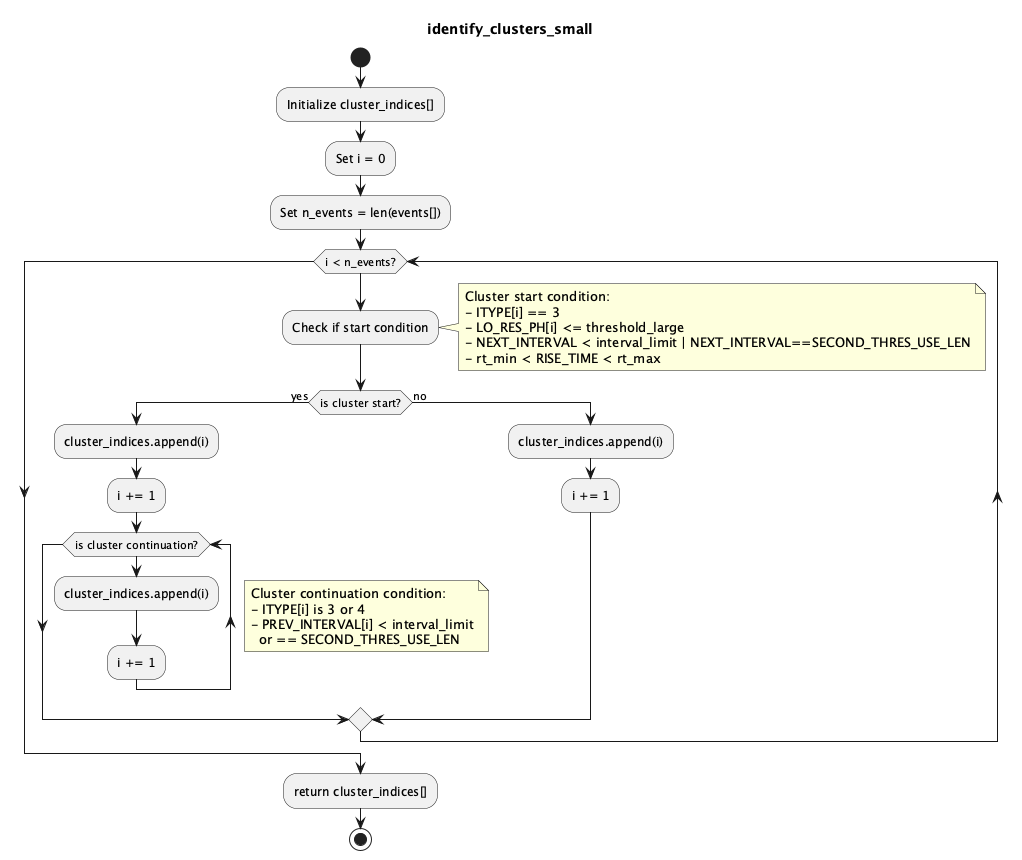
Before: resolve/ftools/rslcluster/logic_cluster_small.png, a diagram exported from PlantUML (yamadasuzaku/rksysoft).
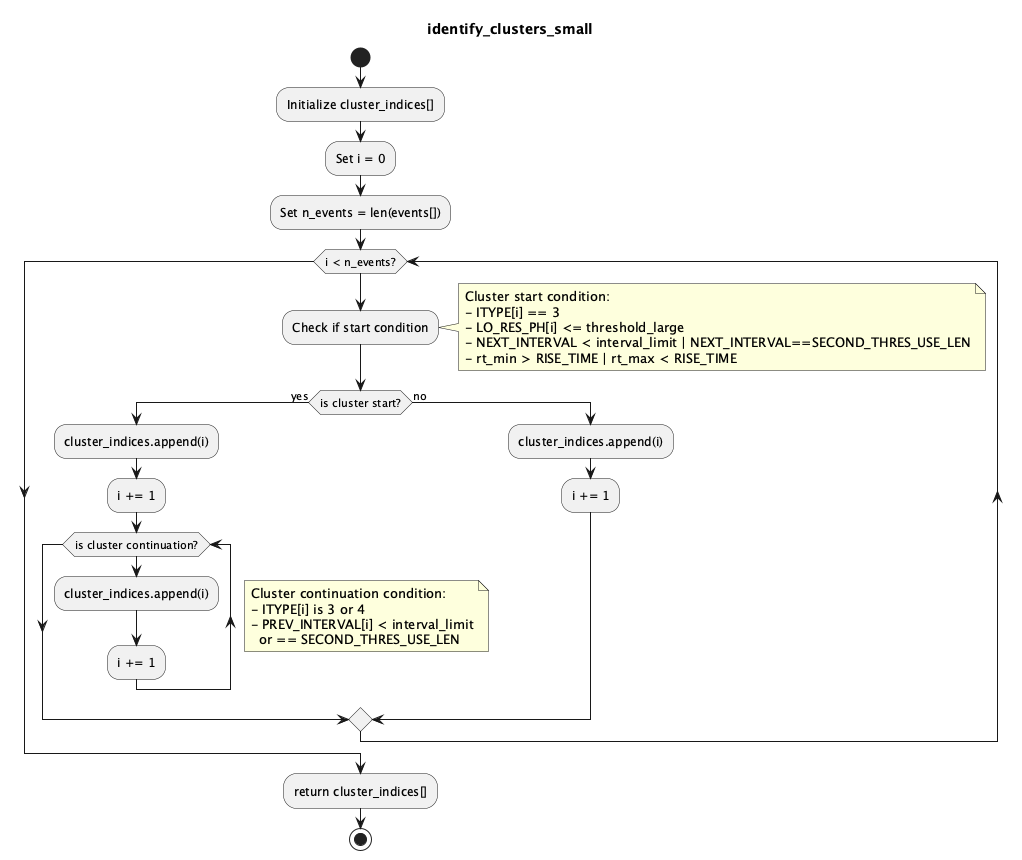
The same diagram one commit later.

What changed in the source:
```diff
@@ -15,7 +15,7 @@
   - ITYPE[i] == 3
   - LO_RES_PH[i] <= threshold_large
   - NEXT_INTERVAL < interval_limit | NEXT_INTERVAL==SECOND_THRES_USE_LEN
-  - rt_min < RISE_TIME < rt_max
+  - rt_min > RISE_TIME | rt_max < RISE_TIME
   end note
 
   if (is cluster start?) then (yes)
```
